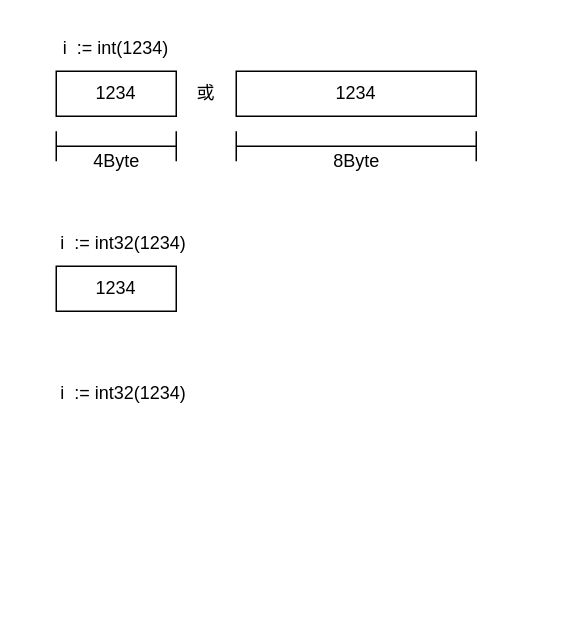
jxu86/project-uml keeps this draw.io diagram as page "数据结构" (1 of 3) of golang.drawio. Above is the earlier version. Source tidied: cells renumbered, new cells numbered last; positions are measured from the earlier drawing's top-left corner, leaving out a move shared by most shapes. Both pictures are drawn from the tidied source at 150%, with x=0, y=0 at pixel (40, 26).
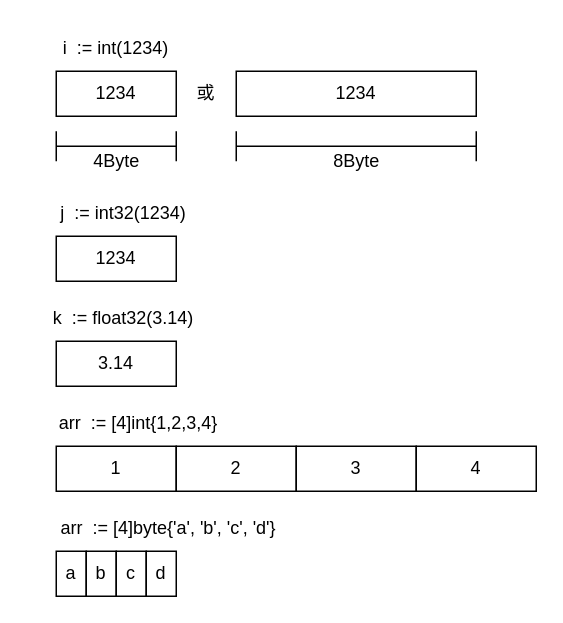
The same diagram, later.

What changed in the source:
```diff
@@
-    <mxCell id="6" value="i&amp;nbsp; := int32(1234)" style="text;html=1;strokeColor=none;fillColor=none;align=center;verticalAlign=middle;whiteSpace=wrap;rounded=0;" parent="1" vertex="1">
-      <mxGeometry y="130" width="110" height="30" as="geometry" />
+    <mxCell id="6" value="j&amp;nbsp; := int32(1234)" style="text;html=1;strokeColor=none;fillColor=none;align=center;verticalAlign=middle;whiteSpace=wrap;rounded=0;" parent="1" vertex="1">
+      <mxGeometry y="110" width="110" height="30" as="geometry" />
     </mxCell>
     <mxCell id="7" value="1234" style="rounded=0;whiteSpace=wrap;html=1;" parent="1" vertex="1">
-      <mxGeometry x="10" y="160" width="80" height="30" as="geometry" />
+      <mxGeometry x="10" y="140" width="80" height="30" as="geometry" />
     </mxCell>
-    <mxCell id="8" value="i&amp;nbsp; := int32(1234)" style="text;html=1;strokeColor=none;fillColor=none;align=center;verticalAlign=middle;whiteSpace=wrap;rounded=0;" parent="1" vertex="1">
-      <mxGeometry y="230" width="110" height="30" as="geometry" />
+    <mxCell id="8" value="k&amp;nbsp; := float32(3.14)" style="text;html=1;strokeColor=none;fillColor=none;align=center;verticalAlign=middle;whiteSpace=wrap;rounded=0;" parent="1" vertex="1">
+      <mxGeometry y="180" width="110" height="30" as="geometry" />
     </mxCell>
@@
+    <mxCell id="13" value="3.14" style="rounded=0;whiteSpace=wrap;html=1;" parent="1" vertex="1">
+      <mxGeometry x="10" y="210" width="80" height="30" as="geometry" />
+    </mxCell>
+    <mxCell id="14" value="arr&amp;nbsp; := [4]int{1,2,3,4}" style="text;html=1;strokeColor=none;fillColor=none;align=center;verticalAlign=middle;whiteSpace=wrap;rounded=0;" parent="1" vertex="1">
+      <mxGeometry x="-10" y="250" width="150" height="30" as="geometry" />
+    </mxCell>
+    <mxCell id="15" value="1" style="rounded=0;whiteSpace=wrap;html=1;" parent="1" vertex="1">
+      <mxGeometry x="10" y="280" width="80" height="30" as="geometry" />
+    </mxCell>
+    <mxCell id="16" value="2" style="rounded=0;whiteSpace=wrap;html=1;" parent="1" vertex="1">
+      <mxGeometry x="90" y="280" width="80" height="30" as="geometry" />
+    </mxCell>
+    <mxCell id="17" value="3" style="rounded=0;whiteSpace=wrap;html=1;" parent="1" vertex="1">
+      <mxGeometry x="170" y="280" width="80" height="30" as="geometry" />
+    </mxCell>
+    <mxCell id="18" value="4" style="rounded=0;whiteSpace=wrap;html=1;" parent="1" vertex="1">
+      <mxGeometry x="250" y="280" width="80" height="30" as="geometry" />
+    </mxCell>
+    <mxCell id="19" value="arr&amp;nbsp; := [4]byte{'a', 'b', 'c', 'd'}" style="text;html=1;strokeColor=none;fillColor=none;align=center;verticalAlign=middle;whiteSpace=wrap;rounded=0;" parent="1" vertex="1">
+      <mxGeometry x="10" y="320" width="150" height="30" as="geometry" />
+    </mxCell>
+    <mxCell id="20" value="a" style="rounded=0;whiteSpace=wrap;html=1;" parent="1" vertex="1">
+      <mxGeometry x="10" y="350" width="20" height="30" as="geometry" />
+    </mxCell>
+    <mxCell id="21" value="b" style="rounded=0;whiteSpace=wrap;html=1;" parent="1" vertex="1">
+      <mxGeometry x="30" y="350" width="20" height="30" as="geometry" />
+    </mxCell>
+    <mxCell id="22" value="c" style="rounded=0;whiteSpace=wrap;html=1;" parent="1" vertex="1">
+      <mxGeometry x="50" y="350" width="20" height="30" as="geometry" />
+    </mxCell>
+    <mxCell id="23" value="d" style="rounded=0;whiteSpace=wrap;html=1;" parent="1" vertex="1">
+      <mxGeometry x="70" y="350" width="20" height="30" as="geometry" />
+    </mxCell>
```
